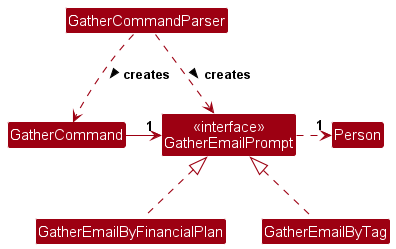
The PlantUML diagram docs/images/GatherClassDiagram.png in nus-cs2103-AY2324S1/tp, before a commit.
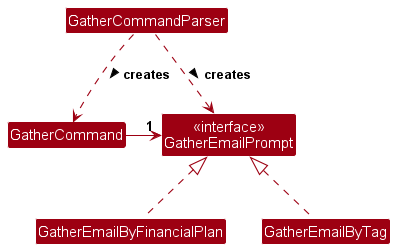
The same file after the commit.

Change to the diagram source:
```diff
@@ -4,40 +4,15 @@
 skinparam arrowColor MODEL_COLOR
 skinparam classBackgroundColor MODEL_COLOR
 
-Class Person {
-  -email: String
-  +gatherEmailsContainsFinancialPlan(): String
-  +gatherEmailsContainsTag(): String
-}
-
-Class GatherCommandParser {
-  +parse(String args): GatherCommand
-}
-
-Class GatherCommand {
-  -gatherPrompt: GatherEmailPrompt
-  +GatherCommand(GatherEmailPrompt prompt)
-  +execute(): void
-}
-
-Class "<<interface>>\nGatherEmailPrompt" as GatherEmailPrompt {
-  +gatherEmails(Person person): void
-}
-
-Class GatherEmailByFinancialPlan {
-  - promptFp: String
-  +gatherEmails(Person person): void
-}
-
-Class GatherEmailByTag {
-  - promptTag: String
-  +gatherEmails(Person person): void
-}
+Class GatherCommandParser
+Class GatherCommand
+Class "<<interface>>\nGatherEmailPrompt" as GatherEmailPrompt
+Class GatherEmailByFinancialPlan
+Class GatherEmailByTag
 
 GatherCommandParser .down.> GatherCommand : creates >
 GatherCommandParser .down.> GatherEmailPrompt : creates >
 GatherCommand  -right-> "1" GatherEmailPrompt
 GatherEmailByFinancialPlan .up.|>  GatherEmailPrompt
 GatherEmailByTag .up.|> GatherEmailPrompt
-GatherEmailPrompt .right.> "1" Person
 @enduml
```
